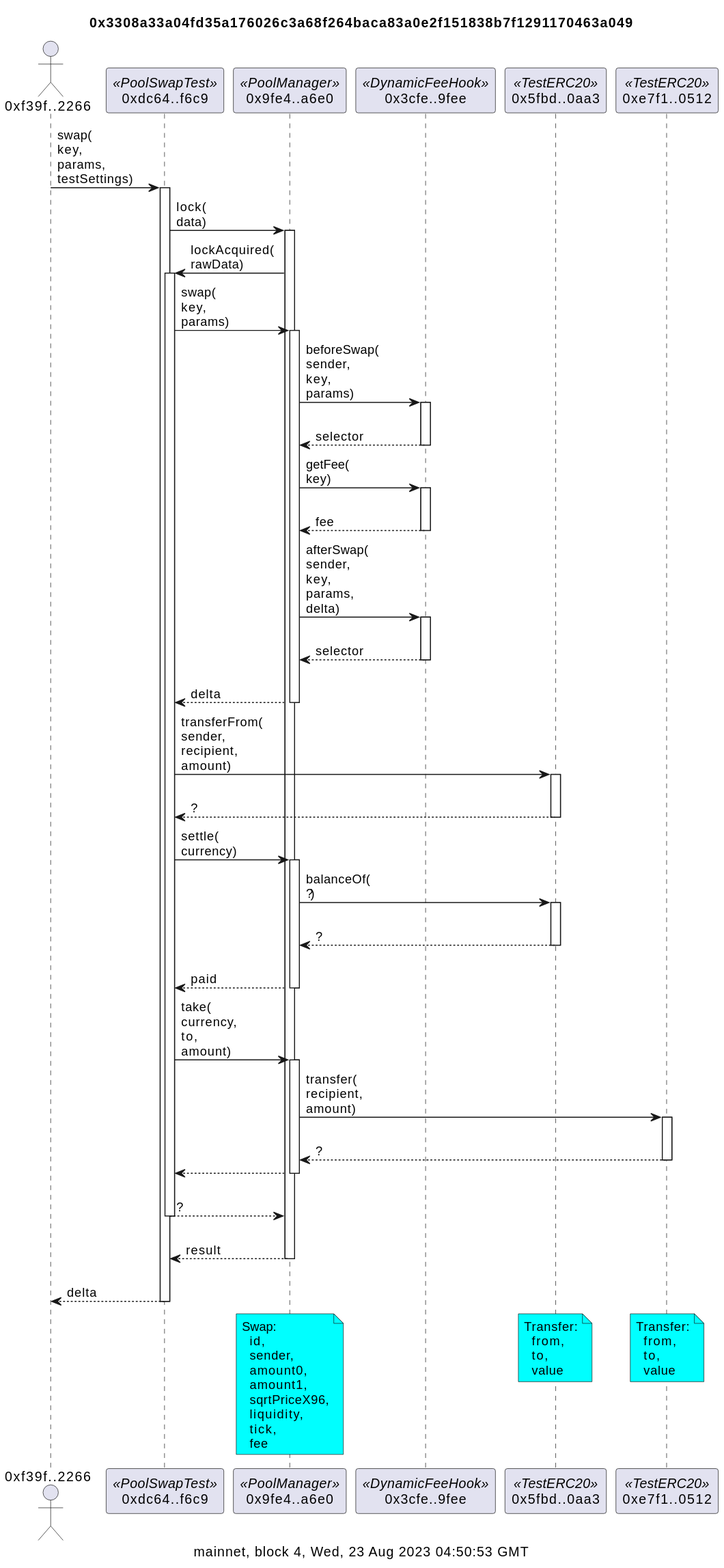
Earlier version of the PlantUML export docs/dynamicFeeSwapSummary.svg (naddison36/uniswap-v4-hooks).
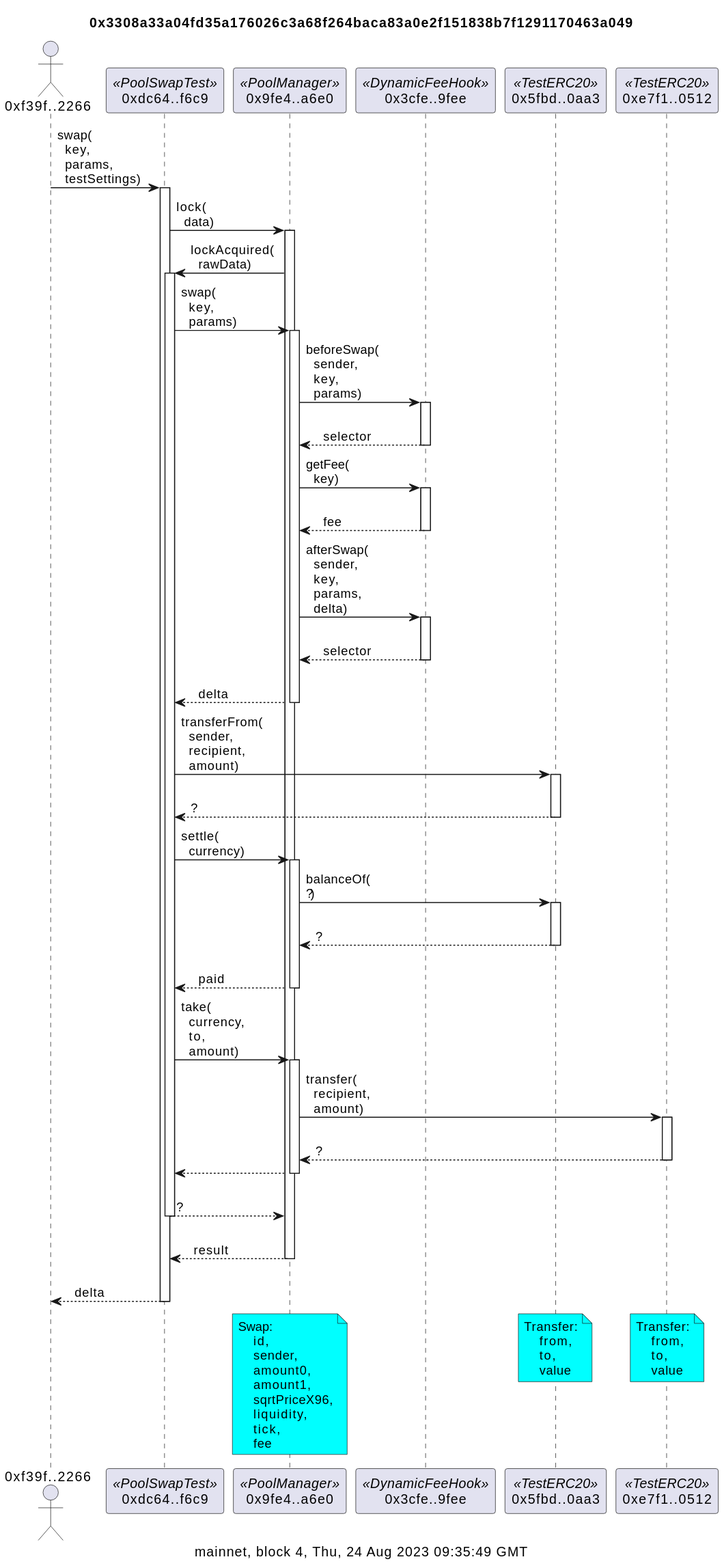
Later version of the same file.

The edit, as a diff of the source:
```diff
@@ -1,7 +1,7 @@
 @startuml
 title 0x3308a33a04fd35a176026c3a68f264baca83a0e2f151838b7f1291170463a049
 
-caption mainnet, block 4, Wed, 23 Aug 2023 04:50:53 GMT
+caption mainnet, block 4, Thu, 24 Aug 2023 09:35:49 GMT
 actor "0xf39f..2266" as f39f2266
 participant "0xdc64..f6c9" as dc64f6c9 <<PoolSwapTest>>
 participant "0x9fe4..a6e0" as 9fe4a6e0 <<PoolManager>>
@@ -9,66 +9,66 @@
 participant "0x5fbd..0aa3" as 5fbd0aa3 <<TestERC20>>
 participant "0xe7f1..0512" as e7f10512 <<TestERC20>>
 
-f39f2266 -> dc64f6c9: swap(\nkey,\nparams,\ntestSettings)
+f39f2266 -> dc64f6c9: swap(\n  key,\n  params,\n  testSettings)
 activate dc64f6c9
-dc64f6c9 -> 9fe4a6e0: lock(\ndata)
+dc64f6c9 -> 9fe4a6e0: lock(\n  data)
 activate 9fe4a6e0
-9fe4a6e0 -> dc64f6c9: lockAcquired(\nrawData)
+9fe4a6e0 -> dc64f6c9: lockAcquired(\n  rawData)
 activate dc64f6c9
-dc64f6c9 -> 9fe4a6e0: swap(\nkey,\nparams)
+dc64f6c9 -> 9fe4a6e0: swap(\n  key,\n  params)
 activate 9fe4a6e0
-9fe4a6e0 -> 3cfe9fee: beforeSwap(\nsender,\nkey,\nparams)
+9fe4a6e0 -> 3cfe9fee: beforeSwap(\n  sender,\n  key,\n  params)
 activate 3cfe9fee
-return\nselector
-9fe4a6e0 -> 3cfe9fee: getFee(\nkey)
+return\n  selector
+9fe4a6e0 -> 3cfe9fee: getFee(\n  key)
 activate 3cfe9fee
-return\nfee
-9fe4a6e0 -> 3cfe9fee: afterSwap(\nsender,\nkey,\nparams,\ndelta)
+return\n  fee
+9fe4a6e0 -> 3cfe9fee: afterSwap(\n  sender,\n  key,\n  params,\n  delta)
 activate 3cfe9fee
-return\nselector
-return\ndelta
-dc64f6c9 -> 5fbd0aa3: transferFrom(\nsender,\nrecipient,\namount)
+return\n  selector
+return\n  delta
+dc64f6c9 -> 5fbd0aa3: transferFrom(\n  sender,\n  recipient,\n  amount)
 activate 5fbd0aa3
 return\n?
-dc64f6c9 -> 9fe4a6e0: settle(\ncurrency)
+dc64f6c9 -> 9fe4a6e0: settle(\n  currency)
 activate 9fe4a6e0
 9fe4a6e0 -> 5fbd0aa3: balanceOf(\n?)
 activate 5fbd0aa3
 return\n?
-return\npaid
-dc64f6c9 -> 9fe4a6e0: take(\ncurrency,\nto,\namount)
+return\n  paid
+dc64f6c9 -> 9fe4a6e0: take(\n  currency,\n  to,\n  amount)
 activate 9fe4a6e0
-9fe4a6e0 -> e7f10512: transfer(\nrecipient,\namount)
+9fe4a6e0 -> e7f10512: transfer(\n  recipient,\n  amount)
 activate e7f10512
 return\n?
 return
 return\n?
-return\nresult
-return\ndelta
+return\n  result
+return\n  delta
 
 note over 9fe4a6e0 #aqua
 Swap:
-  id,
-  sender,
-  amount0,
-  amount1,
-  sqrtPriceX96,
-  liquidity,
-  tick,
-  fee
+    id,
+    sender,
+    amount0,
+    amount1,
+    sqrtPriceX96,
+    liquidity,
+    tick,
+    fee
 end note
 
 / note over 5fbd0aa3 #aqua
 Transfer:
-  from,
-  to,
-  value
+    from,
+    to,
+    value
 end note
 
 / note over e7f10512 #aqua
 Transfer:
-  from,
-  to,
-  value
+    from,
+    to,
+    value
 end note
 @enduml
```
